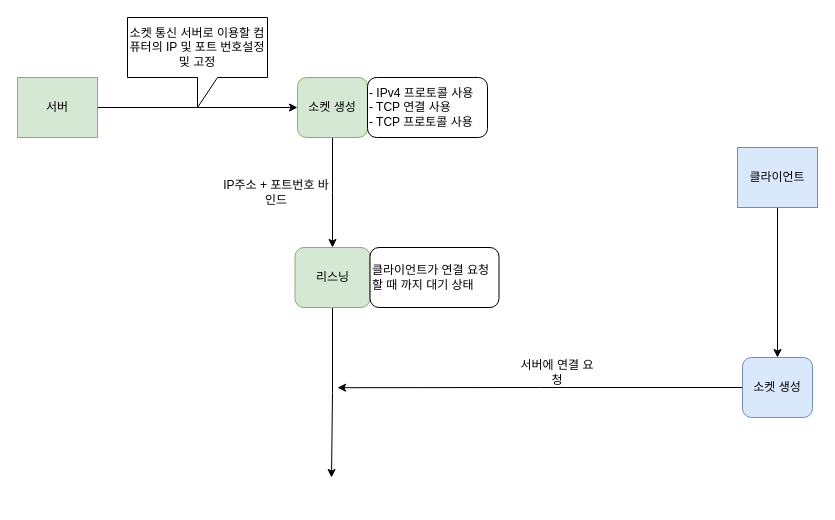
This is 소켓 통신.drawio from jh051777/chat, a draw.io file, before an edit. Source tidied: cells renumbered, new cells numbered last; positions are measured from the earlier drawing's top-left corner, leaving out a move shared by most shapes. Both pictures are drawn from the tidied source at 100%, with x=0, y=0 at pixel (17, 17).
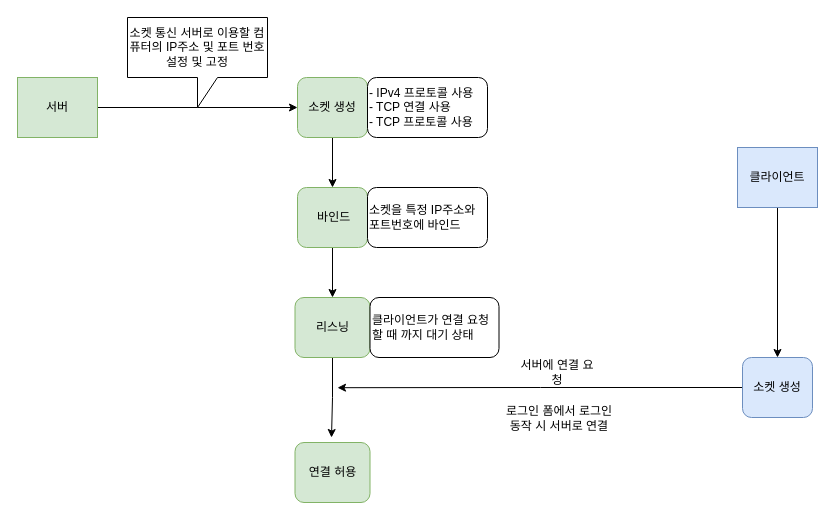
Above is the later version.

Commit message:
소켓 통신.drawio 업데이트

Unchanged cells that the change refers to:
```xml
<mxCell id="5" value="소켓 생성" style="rounded=1;whiteSpace=wrap;html=1;fillColor=#d5e8d4;strokeColor=#82b366;" parent="1" vertex="1">
  <mxGeometry x="280" y="60" width="70" height="60" as="geometry" />
</mxCell>
```

Diff of the diagram source:
```diff
@@
-    <mxCell id="4" style="edgeStyle=orthogonalEdgeStyle;rounded=0;jettySize=auto;html=1;exitX=0.5;exitY=1;exitDx=0;exitDy=0;" parent="1" edge="1" source="5">
-      <mxGeometry relative="1" as="geometry">
-        <mxPoint x="315" y="230" as="targetPoint" />
-      </mxGeometry>
+    <mxCell id="4" style="edgeStyle=orthogonalEdgeStyle;rounded=0;jettySize=auto;html=1;exitX=0.5;exitY=1;exitDx=0;exitDy=0;entryX=0.5;entryY=0;entryDx=0;entryDy=0;" parent="1" edge="1" source="5" target="18">
+      <mxGeometry relative="1" as="geometry" />
     </mxCell>
@@
-    <mxCell id="7" value="IP주소 + 포트번호 바인드" style="text;html=1;align=center;verticalAlign=middle;whiteSpace=wrap;rounded=0;" parent="1" vertex="1">
-      <mxGeometry x="204" y="160" width="110" height="30" as="geometry" />
-    </mxCell>
     <mxCell id="8" style="edgeStyle=orthogonalEdgeStyle;rounded=0;jettySize=auto;html=1;exitX=0.5;exitY=1;exitDx=0;exitDy=0;" parent="1" edge="1" source="9">
       <mxGeometry relative="1" as="geometry">
-        <mxPoint x="314" y="460" as="targetPoint" />
+        <mxPoint x="314" y="420" as="targetPoint" />
       </mxGeometry>
     </mxCell>
     <mxCell id="9" value="리스닝" style="rounded=1;whiteSpace=wrap;html=1;fillColor=#d5e8d4;strokeColor=#82b366;" parent="1" vertex="1">
-      <mxGeometry x="277.5" y="230" width="75" height="60" as="geometry" />
+      <mxGeometry x="277.5" y="280" width="75" height="60" as="geometry" />
     </mxCell>
     <mxCell id="10" value="클라이언트가 연결 요청할 때 까지 대기 상태" style="rounded=1;whiteSpace=wrap;html=1;align=left;" parent="1" vertex="1">
-      <mxGeometry x="352.5" y="230" width="129" height="60" as="geometry" />
+      <mxGeometry x="352.5" y="280" width="129" height="60" as="geometry" />
     </mxCell>
@@
-    <mxCell id="15" value="소켓 통신 서버로 이용할 컴퓨터의 IP 및 포트 번호설정 및 고정" style="shape=callout;whiteSpace=wrap;html=1;perimeter=calloutPerimeter;" parent="1" vertex="1">
+    <mxCell id="15" value="소켓 통신 서버로 이용할 컴퓨터의 IP주소 및 포트 번호설정 및 고정" style="shape=callout;whiteSpace=wrap;html=1;perimeter=calloutPerimeter;" parent="1" vertex="1">
       <mxGeometry x="110" width="140" height="90" as="geometry" />
     </mxCell>
@@
+    <mxCell id="17" style="edgeStyle=orthogonalEdgeStyle;rounded=0;jettySize=auto;html=1;entryX=0.5;entryY=0;entryDx=0;entryDy=0;" parent="1" edge="1" source="18" target="9">
+      <mxGeometry relative="1" as="geometry" />
+    </mxCell>
+    <mxCell id="18" value="&amp;nbsp;바인드" style="rounded=1;whiteSpace=wrap;html=1;fillColor=#d5e8d4;strokeColor=#82b366;" parent="1" vertex="1">
+      <mxGeometry x="280" y="170" width="70" height="60" as="geometry" />
+    </mxCell>
+    <mxCell id="19" value="소켓을 특정 IP주소와 포트번호에 바인드" style="rounded=1;whiteSpace=wrap;html=1;align=left;" parent="1" vertex="1">
+      <mxGeometry x="350" y="170" width="120" height="60" as="geometry" />
+    </mxCell>
+    <mxCell id="20" value="연결 허용" style="rounded=1;whiteSpace=wrap;html=1;fillColor=#d5e8d4;strokeColor=#82b366;" parent="1" vertex="1">
+      <mxGeometry x="277.5" y="425" width="75" height="60" as="geometry" />
+    </mxCell>
+    <mxCell id="21" value="로그인 폼에서 로그인 동작 시 서버로 연결" style="text;html=1;align=center;verticalAlign=middle;whiteSpace=wrap;rounded=0;" parent="1" vertex="1">
+      <mxGeometry x="481.5" y="380" width="120" height="41" as="geometry" />
+    </mxCell>
```
